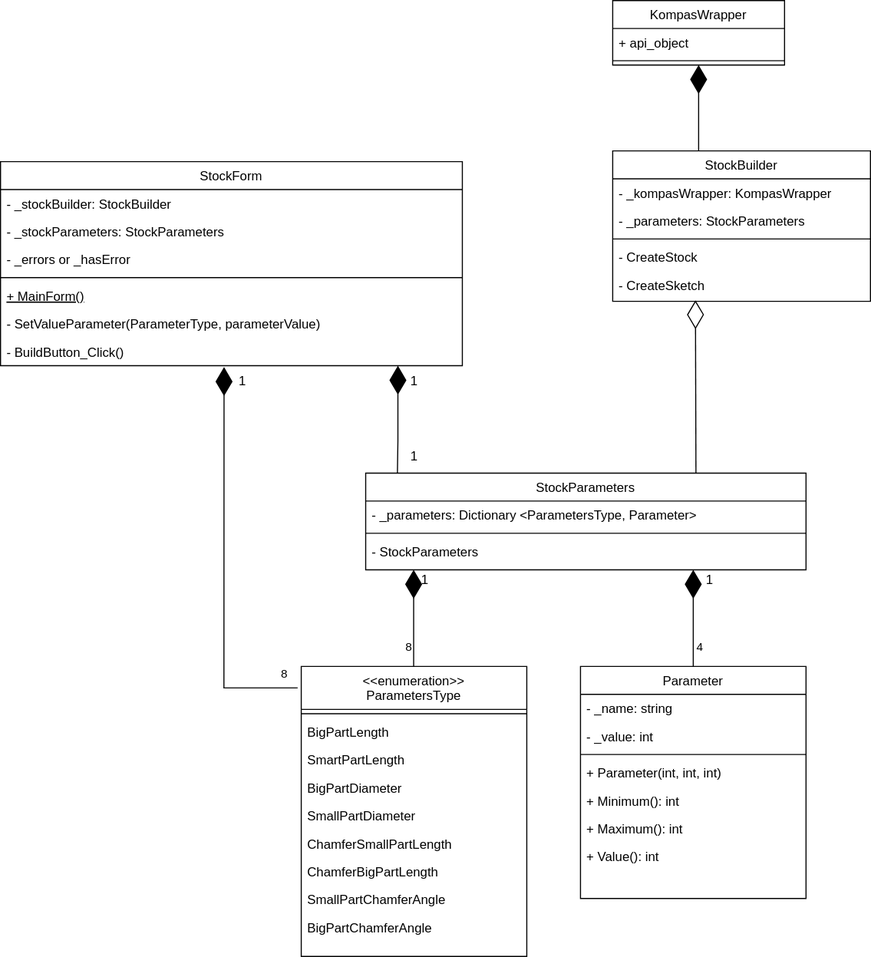
This is docs/StockProjectDiagram.svg from VladimirOstr/PluginForCAD, a draw.io export, as it was before one commit. Source tidied: cells renumbered, new cells last; positions are measured from the earlier drawing's top-left corner, leaving out a move shared by most shapes.
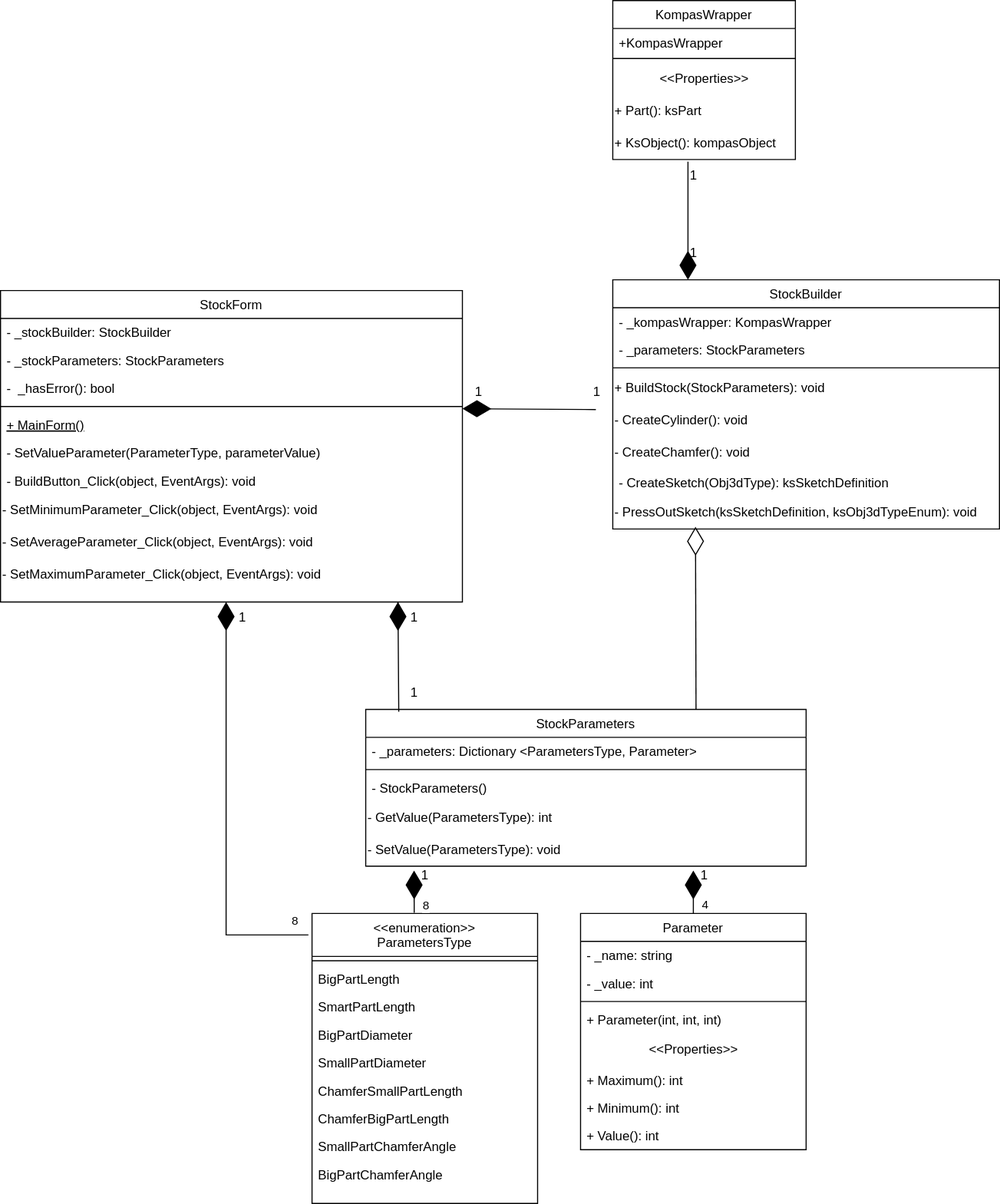
After the change.

Commit message:
Поправил диаграмму и макет

What changed in the source:
```diff
@@ -3,25 +3,34 @@
     <mxCell id="0" />
     <mxCell id="1" parent="0" />
     <mxCell id="2" value="StockBuilder" style="swimlane;fontStyle=0;align=center;verticalAlign=top;horizontal=1;startSize=26;rounded=0;shadow=0;strokeWidth=1;" parent="1" vertex="1">
-      <mxGeometry x="570" y="140" width="240" height="140" as="geometry" />
+      <mxGeometry x="570" y="140" width="360" height="232" as="geometry" />
     </mxCell>
     <mxCell id="3" value="- _kompasWrapper: KompasWrapper" style="text;align=left;verticalAlign=top;spacingLeft=4;spacingRight=4;overflow=hidden;" parent="2" vertex="1">
-      <mxGeometry y="26" width="240" height="26" as="geometry" />
+      <mxGeometry y="26" width="360" height="26" as="geometry" />
     </mxCell>
     <mxCell id="4" value="- _parameters: StockParameters" style="text;align=left;verticalAlign=top;spacingLeft=4;spacingRight=4;overflow=hidden;rounded=0;shadow=0;html=0;" parent="2" vertex="1">
-      <mxGeometry y="52" width="240" height="26" as="geometry" />
+      <mxGeometry y="52" width="360" height="26" as="geometry" />
     </mxCell>
     <mxCell id="5" style="line;html=1;strokeWidth=1;align=left;verticalAlign=middle;spacingTop=-1;spacingLeft=3;spacingRight=3;labelPosition=right;" parent="2" vertex="1">
-      <mxGeometry y="78" width="240" height="8" as="geometry" />
+      <mxGeometry y="78" width="360" height="8" as="geometry" />
     </mxCell>
-    <mxCell id="6" value="- CreateStock" style="text;align=left;verticalAlign=top;spacingLeft=4;spacingRight=4;overflow=hidden;" parent="2" vertex="1">
-      <mxGeometry y="86" width="240" height="26" as="geometry" />
-    </mxCell>
+    <mxCell id="55" value="+ BuildStock(StockParameters): void" style="text;html=1;align=left;verticalAlign=middle;fillColor=none;strokeColor=none;rounded=0;" parent="2" vertex="1">
+      <mxGeometry y="86" width="360" height="30" as="geometry" />
+    </mxCell>
+    <mxCell id="56" value="- CreateCylinder(): void" style="text;html=1;align=left;verticalAlign=middle;fillColor=none;strokeColor=none;rounded=0;" parent="2" vertex="1">
+      <mxGeometry y="116" width="360" height="30" as="geometry" />
+    </mxCell>
+    <mxCell id="57" value="- CreateChamfer(): void" style="text;html=1;align=left;verticalAlign=middle;fillColor=none;strokeColor=none;rounded=0;" parent="2" vertex="1">
+      <mxGeometry y="146" width="360" height="30" as="geometry" />
+    </mxCell>
-    <mxCell id="7" value="- CreateSketch" style="text;align=left;verticalAlign=top;spacingLeft=4;spacingRight=4;overflow=hidden;points=[[0,0.5],[1,0.5]];portConstraint=eastwest;" parent="2" vertex="1">
-      <mxGeometry y="112" width="240" height="26" as="geometry" />
+    <mxCell id="7" value="- CreateSketch(Obj3dType): ksSketchDefinition" style="text;align=left;verticalAlign=top;spacingLeft=4;spacingRight=4;overflow=hidden;points=[[0,0.5],[1,0.5]];portConstraint=eastwest;" parent="2" vertex="1">
+      <mxGeometry y="176" width="360" height="26" as="geometry" />
     </mxCell>
+    <mxCell id="58" value="- PressOutSketch(ksSketchDefinition, ksObj3dTypeEnum): void" style="text;html=1;align=left;verticalAlign=middle;fillColor=none;strokeColor=none;rounded=0;" parent="2" vertex="1">
+      <mxGeometry y="202" width="360" height="30" as="geometry" />
+    </mxCell>
     <mxCell id="8" value="StockForm" style="swimlane;fontStyle=0;align=center;verticalAlign=top;horizontal=1;startSize=26;rounded=0;shadow=0;strokeWidth=1;" parent="1" vertex="1">
-      <mxGeometry y="150" width="430" height="190" as="geometry" />
+      <mxGeometry y="150" width="430" height="290" as="geometry" />
     </mxCell>
     <mxCell id="9" value="- _stockBuilder: StockBuilder" style="text;align=left;verticalAlign=top;spacingLeft=4;spacingRight=4;overflow=hidden;" parent="8" vertex="1">
       <mxGeometry y="26" width="430" height="26" as="geometry" />
@@ -29,7 +38,7 @@
     <mxCell id="10" value="- _stockParameters: StockParameters" style="text;align=left;verticalAlign=top;spacingLeft=4;spacingRight=4;overflow=hidden;rounded=0;shadow=0;html=0;" parent="8" vertex="1">
       <mxGeometry y="52" width="430" height="26" as="geometry" />
     </mxCell>
-    <mxCell id="11" value="- _errors or _hasError" style="text;align=left;verticalAlign=top;spacingLeft=4;spacingRight=4;overflow=hidden;rounded=0;shadow=0;html=0;" parent="8" vertex="1">
+    <mxCell id="11" value="-  _hasError(): bool" style="text;align=left;verticalAlign=top;spacingLeft=4;spacingRight=4;overflow=hidden;rounded=0;shadow=0;html=0;" parent="8" vertex="1">
       <mxGeometry y="78" width="430" height="26" as="geometry" />
     </mxCell>
     <mxCell id="12" style="line;html=1;strokeWidth=1;align=left;verticalAlign=middle;spacingTop=-1;spacingLeft=3;spacingRight=3;labelPosition=right;" parent="8" vertex="1">
@@ -41,20 +50,38 @@
     <mxCell id="14" value="- SetValueParameter(ParameterType, parameterValue)" style="text;align=left;verticalAlign=top;spacingLeft=4;spacingRight=4;overflow=hidden;" parent="8" vertex="1">
       <mxGeometry y="138" width="430" height="26" as="geometry" />
     </mxCell>
-    <mxCell id="15" value="- BuildButton_Click()" style="text;align=left;verticalAlign=top;spacingLeft=4;spacingRight=4;overflow=hidden;points=[[0,0.5],[1,0.5]];portConstraint=eastwest;" parent="8" vertex="1">
+    <mxCell id="15" value="- BuildButton_Click(object, EventArgs): void&#10;" style="text;align=left;verticalAlign=top;spacingLeft=4;spacingRight=4;overflow=hidden;points=[[0,0.5],[1,0.5]];portConstraint=eastwest;" parent="8" vertex="1">
       <mxGeometry y="164" width="430" height="26" as="geometry" />
     </mxCell>
+    <mxCell id="59" value="- SetMinimumParameter_Click(object, EventArgs): void" style="text;html=1;align=left;verticalAlign=middle;fillColor=none;strokeColor=none;rounded=0;" parent="8" vertex="1">
+      <mxGeometry y="190" width="430" height="30" as="geometry" />
+    </mxCell>
+    <mxCell id="60" value="- SetAverageParameter_Click(object, EventArgs): void" style="text;html=1;align=left;verticalAlign=middle;fillColor=none;strokeColor=none;rounded=0;" parent="8" vertex="1">
+      <mxGeometry y="220" width="430" height="30" as="geometry" />
+    </mxCell>
+    <mxCell id="61" value="- SetMaximumParameter_Click(object, EventArgs): void" style="text;html=1;align=left;verticalAlign=middle;fillColor=none;strokeColor=none;rounded=0;" parent="8" vertex="1">
+      <mxGeometry y="250" width="430" height="30" as="geometry" />
+    </mxCell>
     <mxCell id="16" value="KompasWrapper" style="swimlane;fontStyle=0;align=center;verticalAlign=top;horizontal=1;startSize=26;rounded=0;shadow=0;strokeWidth=1;" parent="1" vertex="1">
-      <mxGeometry x="570" width="160" height="60" as="geometry" />
+      <mxGeometry x="570" y="-120" width="170" height="148" as="geometry" />
     </mxCell>
-    <mxCell id="17" value="+ api_object" style="text;align=left;verticalAlign=top;spacingLeft=4;spacingRight=4;overflow=hidden;rounded=0;shadow=0;html=0;" parent="16" vertex="1">
-      <mxGeometry y="26" width="160" height="26" as="geometry" />
+    <mxCell id="17" value="+KompasWrapper" style="text;align=left;verticalAlign=top;spacingLeft=4;spacingRight=4;overflow=hidden;rounded=0;shadow=0;html=0;" parent="16" vertex="1">
+      <mxGeometry y="26" width="170" height="24" as="geometry" />
     </mxCell>
     <mxCell id="18" style="line;html=1;strokeWidth=1;align=left;verticalAlign=middle;spacingTop=-1;spacingLeft=3;spacingRight=3;labelPosition=right;" parent="16" vertex="1">
-      <mxGeometry y="52" width="160" height="8" as="geometry" />
+      <mxGeometry y="50" width="170" height="8" as="geometry" />
     </mxCell>
+    <mxCell id="62" value="&amp;lt;&amp;lt;Properties&amp;gt;&amp;gt;" style="text;html=1;align=center;verticalAlign=middle;fillColor=none;strokeColor=none;rounded=0;" parent="16" vertex="1">
+      <mxGeometry y="58" width="170" height="30" as="geometry" />
+    </mxCell>
+    <mxCell id="63" value="+ Part(): ksPart" style="text;html=1;align=left;verticalAlign=middle;fillColor=none;strokeColor=none;rounded=0;" parent="16" vertex="1">
+      <mxGeometry y="88" width="170" height="30" as="geometry" />
+    </mxCell>
+    <mxCell id="64" value="+ KsObject(): kompasObject" style="text;html=1;align=left;verticalAlign=middle;fillColor=none;strokeColor=none;rounded=0;" parent="16" vertex="1">
+      <mxGeometry y="118" width="170" height="30" as="geometry" />
+    </mxCell>
     <mxCell id="19" value="StockParameters" style="swimlane;fontStyle=0;align=center;verticalAlign=top;horizontal=1;startSize=26;rounded=0;shadow=0;strokeWidth=1;" parent="1" vertex="1">
-      <mxGeometry x="340" y="440" width="410" height="90" as="geometry" />
+      <mxGeometry x="340" y="540" width="410" height="146" as="geometry" />
     </mxCell>
     <mxCell id="20" value="- _parameters: Dictionary &lt;ParametersType, Parameter&gt;" style="text;align=left;verticalAlign=top;spacingLeft=4;spacingRight=4;overflow=hidden;" parent="19" vertex="1">
       <mxGeometry y="26" width="410" height="26" as="geometry" />
@@ -62,11 +89,17 @@
     <mxCell id="21" style="line;html=1;strokeWidth=1;align=left;verticalAlign=middle;spacingTop=-1;spacingLeft=3;spacingRight=3;labelPosition=right;" parent="19" vertex="1">
       <mxGeometry y="52" width="410" height="8" as="geometry" />
     </mxCell>
-    <mxCell id="22" value="- StockParameters" style="text;align=left;verticalAlign=top;spacingLeft=4;spacingRight=4;overflow=hidden;" parent="19" vertex="1">
+    <mxCell id="22" value="- StockParameters()" style="text;align=left;verticalAlign=top;spacingLeft=4;spacingRight=4;overflow=hidden;" parent="19" vertex="1">
       <mxGeometry y="60" width="410" height="26" as="geometry" />
     </mxCell>
+    <mxCell id="65" value="- GetValue(ParametersType): int" style="text;html=1;align=left;verticalAlign=middle;fillColor=none;strokeColor=none;rounded=0;" parent="19" vertex="1">
+      <mxGeometry y="86" width="410" height="30" as="geometry" />
+    </mxCell>
+    <mxCell id="66" value="- SetValue(ParametersType): void" style="text;html=1;align=left;verticalAlign=middle;fillColor=none;strokeColor=none;rounded=0;" parent="19" vertex="1">
+      <mxGeometry y="116" width="410" height="30" as="geometry" />
+    </mxCell>
     <mxCell id="23" value="&lt;&lt;enumeration&gt;&gt;&#10;ParametersType" style="swimlane;fontStyle=0;align=center;verticalAlign=top;horizontal=1;startSize=40;rounded=0;shadow=0;strokeWidth=1;" parent="1" vertex="1">
-      <mxGeometry x="280" y="620" width="210" height="270" as="geometry" />
+      <mxGeometry x="290" y="730" width="210" height="270" as="geometry" />
     </mxCell>
     <mxCell id="24" style="line;html=1;strokeWidth=1;align=left;verticalAlign=middle;spacingTop=-1;spacingLeft=3;spacingRight=3;labelPosition=right;" parent="23" vertex="1">
       <mxGeometry y="40" width="210" height="8" as="geometry" />
@@ -96,7 +129,7 @@
       <mxGeometry y="230" width="210" height="26" as="geometry" />
     </mxCell>
     <mxCell id="33" value="Parameter" style="swimlane;fontStyle=0;align=center;verticalAlign=top;horizontal=1;startSize=26;rounded=0;shadow=0;strokeWidth=1;" parent="1" vertex="1">
-      <mxGeometry x="540" y="620" width="210" height="216" as="geometry" />
+      <mxGeometry x="540" y="730" width="210" height="220" as="geometry" />
     </mxCell>
     <mxCell id="34" value="- _name: string" style="text;align=left;verticalAlign=top;spacingLeft=4;spacingRight=4;overflow=hidden;" parent="33" vertex="1">
       <mxGeometry y="26" width="210" height="26" as="geometry" />
@@ -110,79 +143,102 @@
     <mxCell id="37" value="+ Parameter(int, int, int)" style="text;align=left;verticalAlign=top;spacingLeft=4;spacingRight=4;overflow=hidden;" parent="33" vertex="1">
       <mxGeometry y="86" width="210" height="26" as="geometry" />
     </mxCell>
+    <mxCell id="67" value="&amp;lt;&amp;lt;Properties&amp;gt;&amp;gt;" style="text;html=1;align=center;verticalAlign=middle;fillColor=none;strokeColor=none;rounded=0;" parent="33" vertex="1">
+      <mxGeometry y="112" width="210" height="30" as="geometry" />
+    </mxCell>
+    <mxCell id="39" value="+ Maximum(): int" style="text;align=left;verticalAlign=top;spacingLeft=4;spacingRight=4;overflow=hidden;" parent="33" vertex="1">
+      <mxGeometry y="142" width="210" height="26" as="geometry" />
+    </mxCell>
     <mxCell id="38" value="+ Minimum(): int" style="text;align=left;verticalAlign=top;spacingLeft=4;spacingRight=4;overflow=hidden;" parent="33" vertex="1">
-      <mxGeometry y="112" width="210" height="26" as="geometry" />
+      <mxGeometry y="168" width="210" height="26" as="geometry" />
     </mxCell>
-    <mxCell id="39" value="+ Maximum(): int" style="text;align=left;verticalAlign=top;spacingLeft=4;spacingRight=4;overflow=hidden;" parent="33" vertex="1">
-      <mxGeometry y="138" width="210" height="26" as="geometry" />
-    </mxCell>
     <mxCell id="40" value="+ Value(): int" style="text;align=left;verticalAlign=top;spacingLeft=4;spacingRight=4;overflow=hidden;" parent="33" vertex="1">
-      <mxGeometry y="164" width="210" height="26" as="geometry" />
+      <mxGeometry y="194" width="210" height="26" as="geometry" />
     </mxCell>
-    <mxCell id="41" style="endArrow=diamondThin;endFill=0;endSize=24;html=1;rounded=0;entryX=0.321;entryY=1.038;entryDx=0;entryDy=0;entryPerimeter=0;exitX=0.75;exitY=0;exitDx=0;exitDy=0;" parent="1" edge="1" source="19" target="7">
-      <mxGeometry relative="1" as="geometry" />
+    <mxCell id="41" style="endArrow=diamondThin;endFill=0;endSize=24;html=1;rounded=0;exitX=0.75;exitY=0;exitDx=0;exitDy=0;" parent="1" edge="1" source="19">
+      <mxGeometry relative="1" as="geometry">
+        <mxPoint x="647" y="370" as="targetPoint" />
+      </mxGeometry>
     </mxCell>
     <mxCell id="42" style="endArrow=diamondThin;endFill=1;endSize=24;html=1;rounded=0;exitX=0.5;exitY=0;exitDx=0;exitDy=0;" parent="1" edge="1" source="33">
       <mxGeometry relative="1" as="geometry">
-        <mxPoint x="645" y="530" as="targetPoint" />
+        <mxPoint x="645" y="690" as="targetPoint" />
       </mxGeometry>
     </mxCell>
     <mxCell id="43" value="4" style="edgeLabel;html=1;align=center;verticalAlign=middle;" parent="42" vertex="1">
       <mxGeometry x="-0.58" y="1" relative="1" as="geometry">
-        <mxPoint x="6" as="offset" />
+        <mxPoint x="11" as="offset" />
       </mxGeometry>
     </mxCell>
     <mxCell id="44" value="1" style="text;html=1;align=center;verticalAlign=middle;strokeColor=none;fillColor=none;" parent="1" vertex="1">
-      <mxGeometry x="645" y="525" width="30" height="30" as="geometry" />
+      <mxGeometry x="640" y="680" width="30" height="30" as="geometry" />
     </mxCell>
-    <mxCell id="45" style="endArrow=diamondThin;endFill=1;endSize=24;html=1;rounded=0;exitX=0.5;exitY=0;exitDx=0;exitDy=0;" parent="1" edge="1">
+    <mxCell id="45" style="endArrow=diamondThin;endFill=1;endSize=24;html=1;rounded=0;exitX=0.453;exitY=-0.002;exitDx=0;exitDy=0;exitPerimeter=0;" parent="1" edge="1" source="23">
       <mxGeometry relative="1" as="geometry">
-        <mxPoint x="384.7" y="620" as="sourcePoint" />
-        <mxPoint x="384.7" y="530" as="targetPoint" />
+        <mxPoint x="385" y="690" as="targetPoint" />
       </mxGeometry>
     </mxCell>
     <mxCell id="46" value="8" style="edgeLabel;html=1;align=center;verticalAlign=middle;" parent="45" vertex="1">
       <mxGeometry x="-0.58" y="1" relative="1" as="geometry">
-        <mxPoint x="-4" as="offset" />
+        <mxPoint x="11" y="1" as="offset" />
       </mxGeometry>
     </mxCell>
     <mxCell id="47" value="1" style="text;html=1;align=center;verticalAlign=middle;strokeColor=none;fillColor=none;" parent="1" vertex="1">
-      <mxGeometry x="380" y="525" width="30" height="30" as="geometry" />
+      <mxGeometry x="380" y="680" width="30" height="30" as="geometry" />
     </mxCell>
-    <mxCell id="48" style="endArrow=diamondThin;endFill=1;endSize=24;html=1;rounded=0;entryX=0.484;entryY=1.048;entryDx=0;entryDy=0;entryPerimeter=0;exitX=-0.016;exitY=0.074;exitDx=0;exitDy=0;exitPerimeter=0;" parent="1" edge="1" source="23" target="15">
+    <mxCell id="48" style="endArrow=diamondThin;endFill=1;endSize=24;html=1;rounded=0;exitX=-0.016;exitY=0.074;exitDx=0;exitDy=0;exitPerimeter=0;" parent="1" edge="1" source="23">
       <mxGeometry relative="1" as="geometry">
+        <mxPoint x="210" y="440" as="targetPoint" />
         <Array as="points">
-          <mxPoint x="208" y="640" />
+          <mxPoint x="210" y="750" />
         </Array>
       </mxGeometry>
     </mxCell>
-    <mxCell id="49" style="endArrow=diamondThin;endFill=1;endSize=24;html=1;rounded=0;exitX=-0.015;exitY=0.989;exitDx=0;exitDy=0;exitPerimeter=0;" parent="1" edge="1" source="51">
+    <mxCell id="49" style="endArrow=diamondThin;endFill=1;endSize=24;html=1;rounded=0;exitX=0.075;exitY=0.015;exitDx=0;exitDy=0;exitPerimeter=0;" parent="1" edge="1" source="19">
       <mxGeometry relative="1" as="geometry">
-        <mxPoint x="370" y="340" as="targetPoint" />
+        <mxPoint x="370" y="440" as="targetPoint" />
         <Array as="points">
-          <mxPoint x="370" y="410" />
-          <mxPoint x="370" y="360" />
+          <mxPoint x="370" y="440" />
+          <mxPoint x="370" y="450" />
         </Array>
       </mxGeometry>
     </mxCell>
     <mxCell id="50" value="1" style="text;html=1;align=center;verticalAlign=middle;strokeColor=none;fillColor=none;" parent="1" vertex="1">
-      <mxGeometry x="370" y="340" width="30" height="30" as="geometry" />
+      <mxGeometry x="370" y="440" width="30" height="30" as="geometry" />
     </mxCell>
     <mxCell id="51" value="1" style="text;html=1;align=center;verticalAlign=middle;points=[];strokeColor=none;fillColor=none;" parent="1" vertex="1">
-      <mxGeometry x="370" y="410" width="30" height="30" as="geometry" />
+      <mxGeometry x="370" y="510" width="30" height="30" as="geometry" />
     </mxCell>
     <mxCell id="52" value="1" style="text;html=1;align=center;verticalAlign=middle;strokeColor=none;fillColor=none;" parent="1" vertex="1">
-      <mxGeometry x="210" y="340" width="30" height="30" as="geometry" />
+      <mxGeometry x="210" y="440" width="30" height="30" as="geometry" />
     </mxCell>
-    <mxCell id="53" style="endArrow=diamondThin;endFill=1;endSize=24;html=1;rounded=0;entryX=0.5;entryY=1;entryDx=0;entryDy=0;" parent="1" edge="1" target="16">
+    <mxCell id="53" style="endArrow=diamondThin;endFill=1;endSize=24;html=1;rounded=0;" parent="1" edge="1">
       <mxGeometry relative="1" as="geometry">
-        <mxPoint x="650" y="140" as="sourcePoint" />
+        <mxPoint x="640" y="30" as="sourcePoint" />
+        <mxPoint x="640" y="140" as="targetPoint" />
       </mxGeometry>
     </mxCell>
     <mxCell id="54" value="8" style="edgeLabel;html=1;align=center;verticalAlign=middle;" parent="1" vertex="1">
-      <mxGeometry x="430" y="630" as="geometry">
+      <mxGeometry x="440" y="740" as="geometry">
         <mxPoint x="-167" y="-4" as="offset" />
       </mxGeometry>
     </mxCell>
+    <mxCell id="68" value="1" style="text;html=1;align=center;verticalAlign=middle;fillColor=none;strokeColor=none;rounded=0;" parent="1" vertex="1">
+      <mxGeometry x="630" y="28" width="30" height="30" as="geometry" />
+    </mxCell>
+    <mxCell id="69" value="1" style="text;html=1;align=center;verticalAlign=middle;fillColor=none;strokeColor=none;rounded=0;" parent="1" vertex="1">
+      <mxGeometry x="630" y="100" width="30" height="30" as="geometry" />
+    </mxCell>
+    <mxCell id="70" style="endArrow=diamondThin;endFill=1;endSize=24;html=1;rounded=0;exitX=0.475;exitY=1.028;exitDx=0;exitDy=0;exitPerimeter=0;" parent="1" edge="1" source="72">
+      <mxGeometry relative="1" as="geometry">
+        <mxPoint x="430" y="260" as="targetPoint" />
+      </mxGeometry>
+    </mxCell>
+    <mxCell id="71" value="1" style="text;html=1;align=center;verticalAlign=middle;fillColor=none;strokeColor=none;rounded=0;" parent="1" vertex="1">
+      <mxGeometry x="430" y="230" width="30" height="30" as="geometry" />
+    </mxCell>
+    <mxCell id="72" value="1" style="text;html=1;align=center;verticalAlign=middle;points=[];fillColor=none;strokeColor=none;rounded=0;" parent="1" vertex="1">
+      <mxGeometry x="540" y="230" width="30" height="30" as="geometry" />
+    </mxCell>
   </root>
 </mxGraphModel>
```
